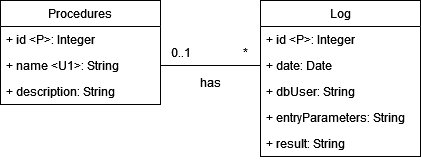
Before: diagrams/conceptual-diagram-log.drawio.png, a diagram exported from draw.io (danielpilot/event-database). Source tidied: cells renumbered, new cells last; positions are measured from the earlier drawing's top-left corner, leaving out a move shared by most shapes.
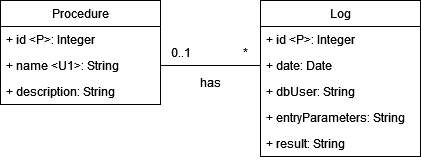
After the change.

Commit message:
Make procedure singular

Diff of the diagram source:
```diff
@@ -20,7 +20,7 @@
     <mxCell id="7" value="+ result: String" style="text;strokeColor=none;fillColor=none;align=left;verticalAlign=top;spacingLeft=4;spacingRight=4;overflow=hidden;whiteSpace=wrap;html=1;" parent="2" vertex="1">
       <mxGeometry y="130" width="160" height="26" as="geometry" />
     </mxCell>
-    <mxCell id="8" value="Procedures" style="swimlane;fontStyle=0;horizontal=1;startSize=26;fillColor=none;whiteSpace=wrap;html=1;" parent="1" vertex="1">
+    <mxCell id="8" value="Procedure" style="swimlane;fontStyle=0;horizontal=1;startSize=26;fillColor=none;whiteSpace=wrap;html=1;" parent="1" vertex="1">
       <mxGeometry width="160" height="104" as="geometry" />
     </mxCell>
     <mxCell id="9" value="+ id &amp;lt;P&amp;gt;: Integer" style="text;strokeColor=none;fillColor=none;align=left;verticalAlign=top;spacingLeft=4;spacingRight=4;overflow=hidden;whiteSpace=wrap;html=1;" parent="8" vertex="1">
```
